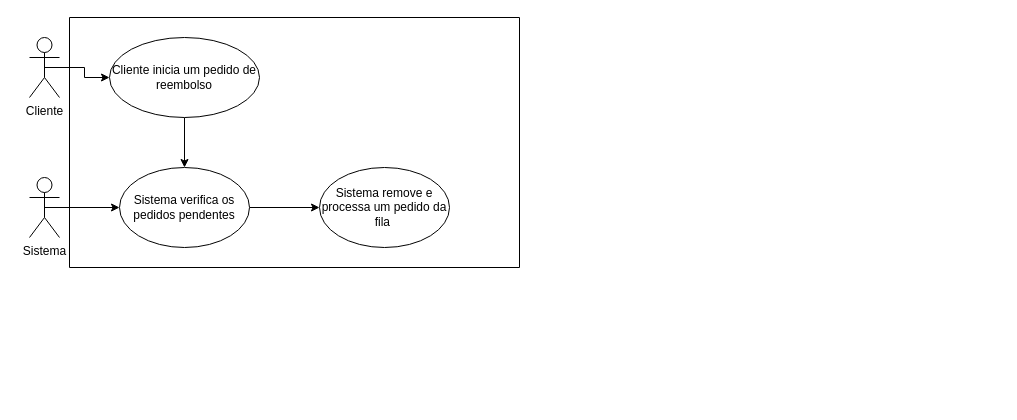
Earlier version of the draw.io diagram UseCasepurchaseRefund.drawio (SamyaKetully/AulaTadFila). Source tidied: cells renumbered, new cells numbered last; positions are measured from the earlier drawing's top-left corner, leaving out a move shared by most shapes. Both pictures are drawn from the tidied source at 100%, with x=0, y=0 at pixel (29, 17).
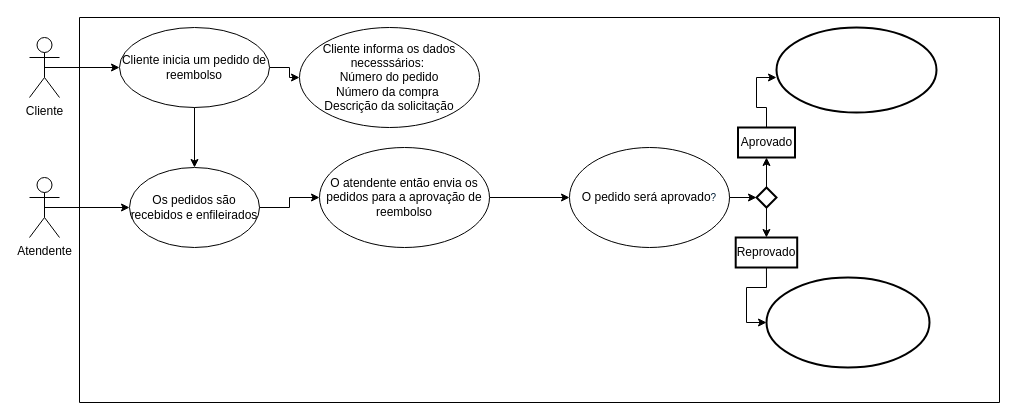
The same diagram, later.

What changed in the source:
```diff
@@
-    <mxCell id="4" style="edgeStyle=orthogonalEdgeStyle;rounded=0;jettySize=auto;html=1;entryX=0.5;entryY=0;entryDx=0;entryDy=0;" parent="1" edge="1" source="11" target="8">
-      <mxGeometry relative="1" as="geometry" />
-    </mxCell>
@@
-    <mxCell id="6" value="Sistema" style="shape=umlActor;verticalLabelPosition=bottom;verticalAlign=top;html=1;outlineConnect=0;" parent="1" vertex="1">
+    <mxCell id="6" value="Atendente" style="shape=umlActor;verticalLabelPosition=bottom;verticalAlign=top;html=1;outlineConnect=0;" parent="1" vertex="1">
       <mxGeometry y="160" width="30" height="60" as="geometry" />
     </mxCell>
+    <mxCell id="9" style="swimlane;startSize=0;" parent="1" vertex="1">
+      <mxGeometry x="50" width="920" height="385" as="geometry" />
+    </mxCell>
+    <mxCell id="12" style="edgeStyle=orthogonalEdgeStyle;rounded=0;jettySize=auto;html=1;" parent="9" edge="1" source="10" target="15">
+      <mxGeometry relative="1" as="geometry" />
+    </mxCell>
+    <mxCell id="10" value="O atendente então envia os pedidos para a aprovação de reembolso" style="ellipse;whiteSpace=wrap;html=1;" parent="9" vertex="1">
+      <mxGeometry x="240" y="130" width="170" height="100" as="geometry" />
+    </mxCell>
+    <mxCell id="13" style="edgeStyle=orthogonalEdgeStyle;rounded=0;jettySize=auto;html=1;" parent="9" edge="1" source="11" target="14">
+      <mxGeometry relative="1" as="geometry" />
+    </mxCell>
+    <mxCell id="11" value="Cliente inicia um pedido de reembolso" style="ellipse;whiteSpace=wrap;html=1;" parent="9" vertex="1">
+      <mxGeometry x="40" y="10" width="150" height="80" as="geometry" />
+    </mxCell>
+    <mxCell id="14" value="Cliente informa os dados necesssários:&amp;nbsp;&lt;div&gt;Número do pedido&lt;/div&gt;&lt;div&gt;Número da compra&amp;nbsp;&lt;/div&gt;&lt;div&gt;Descrição da solicitação&lt;/div&gt;" style="ellipse;whiteSpace=wrap;html=1;" parent="9" vertex="1">
+      <mxGeometry x="220" y="10" width="180" height="100" as="geometry" />
+    </mxCell>
+    <mxCell id="8" value="Os pedidos são recebidos e enfileirados" style="ellipse;whiteSpace=wrap;html=1;" parent="9" vertex="1">
+      <mxGeometry x="50" y="150" width="130" height="80" as="geometry" />
+    </mxCell>
+    <mxCell id="4" style="edgeStyle=orthogonalEdgeStyle;rounded=0;jettySize=auto;html=1;entryX=0.5;entryY=0;entryDx=0;entryDy=0;" parent="9" edge="1" source="11" target="8">
+      <mxGeometry relative="1" as="geometry" />
+    </mxCell>
-    <mxCell id="7" style="edgeStyle=orthogonalEdgeStyle;rounded=0;jettySize=auto;html=1;" parent="1" edge="1" source="8" target="10">
+    <mxCell id="7" style="edgeStyle=orthogonalEdgeStyle;rounded=0;jettySize=auto;html=1;" parent="9" edge="1" source="8" target="10">
       <mxGeometry relative="1" as="geometry" />
     </mxCell>
-    <mxCell id="8" value="Sistema verifica os pedidos pendentes" style="ellipse;whiteSpace=wrap;html=1;" parent="1" vertex="1">
-      <mxGeometry x="90" y="150" width="130" height="80" as="geometry" />
-    </mxCell>
-    <mxCell id="9" style="swimlane;startSize=0;" parent="1" vertex="1">
-      <mxGeometry x="40" width="450" height="250" as="geometry" />
-    </mxCell>
-    <mxCell id="10" value="Sistema remove e processa um pedido da fila&amp;nbsp;" style="ellipse;whiteSpace=wrap;html=1;" parent="9" vertex="1">
-      <mxGeometry x="250" y="150" width="130" height="80" as="geometry" />
-    </mxCell>
-    <mxCell id="11" value="Cliente inicia um pedido de reembolso" style="ellipse;whiteSpace=wrap;html=1;" parent="9" vertex="1">
-      <mxGeometry x="40" y="20" width="150" height="80" as="geometry" />
-    </mxCell>
+    <mxCell id="15" value="O pedido será aprovado&lt;span style=&quot;color: rgb(0, 29, 53); font-family: &amp;quot;Google Sans&amp;quot;, Arial, sans-serif; text-align: start; background-color: rgb(255, 255, 255);&quot;&gt;&lt;font style=&quot;font-size: 10px;&quot;&gt;?&lt;/font&gt;&lt;/span&gt;" style="ellipse;whiteSpace=wrap;html=1;" parent="9" vertex="1">
+      <mxGeometry x="490" y="130" width="160" height="100" as="geometry" />
+    </mxCell>
+    <mxCell id="16" style="edgeStyle=orthogonalEdgeStyle;rounded=0;jettySize=auto;html=1;" parent="9" edge="1" source="18" target="20">
+      <mxGeometry relative="1" as="geometry" />
+    </mxCell>
+    <mxCell id="17" style="edgeStyle=orthogonalEdgeStyle;rounded=0;jettySize=auto;html=1;exitX=0.5;exitY=1;exitDx=0;exitDy=0;exitPerimeter=0;entryX=0.5;entryY=0;entryDx=0;entryDy=0;" parent="9" edge="1" source="18" target="22">
+      <mxGeometry relative="1" as="geometry" />
+    </mxCell>
+    <mxCell id="18" style="strokeWidth=2;html=1;shape=mxgraph.flowchart.decision;whiteSpace=wrap;" parent="9" vertex="1">
+      <mxGeometry x="677" y="170" width="20" height="20" as="geometry" />
+    </mxCell>
+    <mxCell id="19" style="edgeStyle=orthogonalEdgeStyle;rounded=0;jettySize=auto;html=1;exitX=1;exitY=0.5;exitDx=0;exitDy=0;entryX=0;entryY=0.5;entryDx=0;entryDy=0;entryPerimeter=0;" parent="9" edge="1" source="15" target="18">
+      <mxGeometry relative="1" as="geometry" />
+    </mxCell>
+    <mxCell id="20" value="Aprovado" style="whiteSpace=wrap;html=1;strokeWidth=2;" parent="9" vertex="1">
+      <mxGeometry x="658.5" y="110" width="57" height="30" as="geometry" />
+    </mxCell>
+    <mxCell id="21" style="edgeStyle=orthogonalEdgeStyle;rounded=0;jettySize=auto;html=1;exitX=0.5;exitY=1;exitDx=0;exitDy=0;entryX=0;entryY=0.5;entryDx=0;entryDy=0;" parent="9" edge="1" source="22" target="25">
+      <mxGeometry relative="1" as="geometry" />
+    </mxCell>
+    <mxCell id="22" value="Reprovado" style="whiteSpace=wrap;html=1;strokeWidth=2;" parent="9" vertex="1">
+      <mxGeometry x="656.2" y="220" width="61.5" height="30" as="geometry" />
+    </mxCell>
+    <mxCell id="23" style="ellipse;whiteSpace=wrap;html=1;strokeWidth=2;" parent="9" vertex="1">
+      <mxGeometry x="697" y="10" width="160" height="85" as="geometry" />
+    </mxCell>
+    <mxCell id="24" style="edgeStyle=orthogonalEdgeStyle;rounded=0;jettySize=auto;html=1;exitX=0.5;exitY=0;exitDx=0;exitDy=0;entryX=0;entryY=0.588;entryDx=0;entryDy=0;entryPerimeter=0;" parent="9" edge="1" source="20" target="23">
+      <mxGeometry relative="1" as="geometry" />
+    </mxCell>
+    <mxCell id="25" style="ellipse;whiteSpace=wrap;html=1;strokeWidth=2;" parent="9" vertex="1">
+      <mxGeometry x="687" y="260" width="163" height="90" as="geometry" />
+    </mxCell>
```
